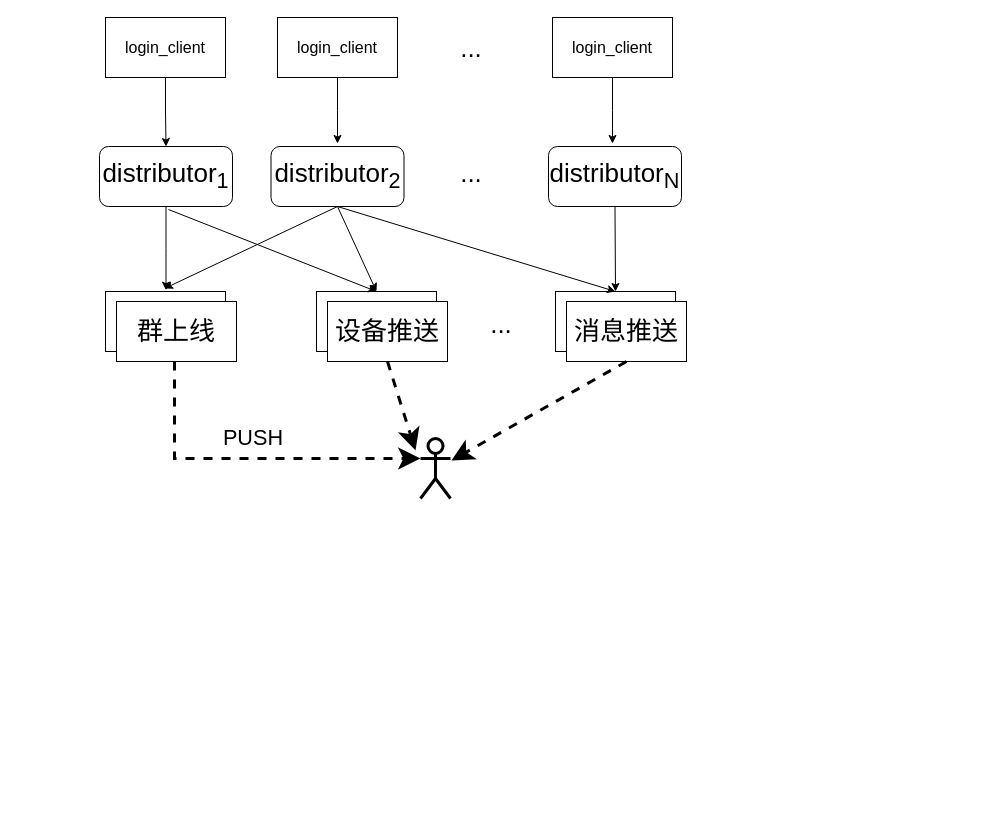
Earlier version of the draw.io diagram distributor overview.drawio (BBQldf/drawIO). Source tidied: cells renumbered, new cells numbered last; positions are measured from the earlier drawing's top-left corner, leaving out a move shared by most shapes. Both pictures are drawn from the tidied source at 100%, with x=0, y=0 at pixel (99, 17).
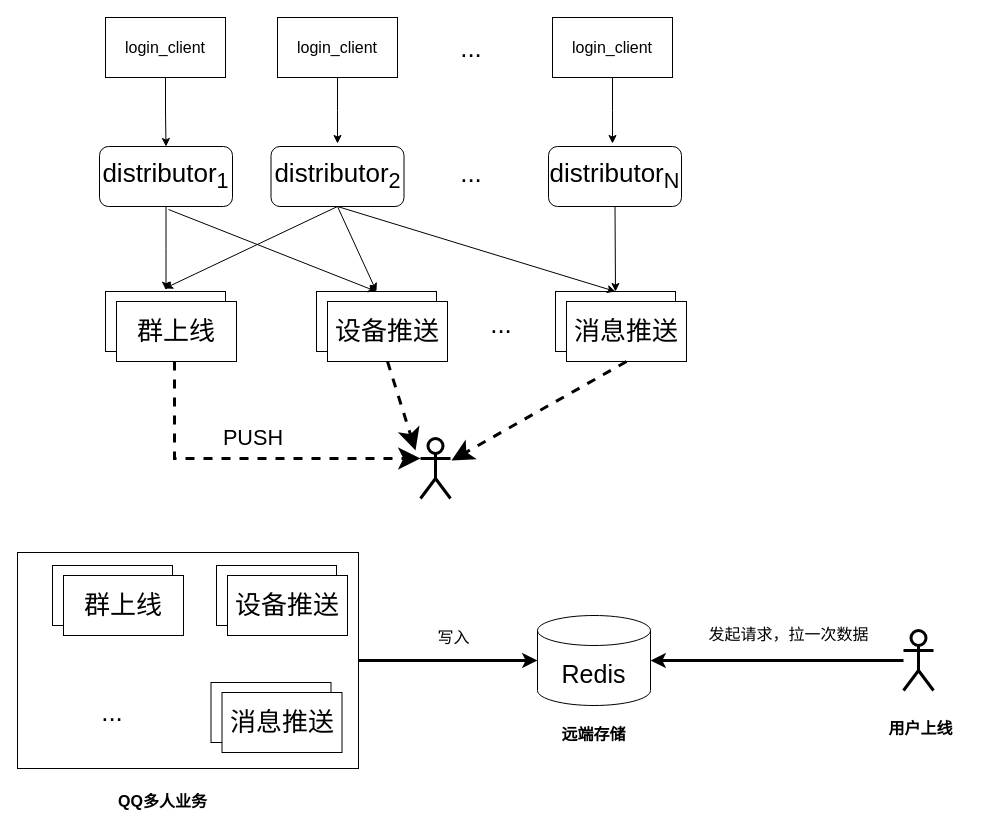
Above is the later version.

What changed in the source:
```diff
@@
+    <mxCell id="31" style="rounded=0;whiteSpace=wrap;html=1;fontSize=26;strokeColor=#000000;strokeWidth=1;" parent="1" vertex="1">
+      <mxGeometry x="-47" y="548" width="120" height="60" as="geometry" />
+    </mxCell>
+    <mxCell id="32" value="群上线" style="rounded=0;whiteSpace=wrap;html=1;fontSize=26;strokeColor=#000000;strokeWidth=1;" parent="1" vertex="1">
+      <mxGeometry x="-36" y="558" width="120" height="60" as="geometry" />
+    </mxCell>
+    <mxCell id="33" style="rounded=0;whiteSpace=wrap;html=1;fontSize=26;strokeColor=#000000;strokeWidth=1;" parent="1" vertex="1">
+      <mxGeometry x="117" y="548" width="120" height="60" as="geometry" />
+    </mxCell>
+    <mxCell id="34" value="设备推送" style="rounded=0;whiteSpace=wrap;html=1;fontSize=26;strokeColor=#000000;strokeWidth=1;" parent="1" vertex="1">
+      <mxGeometry x="128" y="558" width="120" height="60" as="geometry" />
+    </mxCell>
+    <mxCell id="35" style="rounded=0;whiteSpace=wrap;html=1;fontSize=26;strokeColor=#000000;strokeWidth=1;" parent="1" vertex="1">
+      <mxGeometry x="111.5" y="665" width="120" height="60" as="geometry" />
+    </mxCell>
+    <mxCell id="36" value="消息推送" style="rounded=0;whiteSpace=wrap;html=1;fontSize=26;strokeColor=#000000;strokeWidth=1;" parent="1" vertex="1">
+      <mxGeometry x="122.5" y="675" width="120" height="60" as="geometry" />
+    </mxCell>
+    <mxCell id="37" value="..." style="text;html=1;strokeColor=none;fillColor=none;align=center;verticalAlign=middle;whiteSpace=wrap;rounded=0;fontSize=26;" parent="1" vertex="1">
+      <mxGeometry x="-17" y="680" width="60" height="30" as="geometry" />
+    </mxCell>
+    <mxCell id="38" style="edgeStyle=orthogonalEdgeStyle;rounded=0;jettySize=auto;html=1;entryX=0;entryY=0.5;entryDx=0;entryDy=0;entryPerimeter=0;fontSize=25;strokeWidth=3;" parent="1" edge="1" source="39" target="40">
+      <mxGeometry relative="1" as="geometry" />
+    </mxCell>
+    <mxCell id="39" style="rounded=0;whiteSpace=wrap;html=1;fillColor=none;" parent="1" vertex="1">
+      <mxGeometry x="-82" y="535" width="341" height="216" as="geometry" />
+    </mxCell>
+    <mxCell id="40" value="&lt;font style=&quot;font-size: 25px;&quot;&gt;Redis&lt;/font&gt;" style="shape=cylinder3;whiteSpace=wrap;html=1;boundedLbl=1;backgroundOutline=1;size=15;fillColor=none;" parent="1" vertex="1">
+      <mxGeometry x="438" y="598" width="113" height="90" as="geometry" />
+    </mxCell>
+    <mxCell id="41" style="edgeStyle=orthogonalEdgeStyle;rounded=0;jettySize=auto;html=1;entryX=1;entryY=0.5;entryDx=0;entryDy=0;entryPerimeter=0;fontSize=25;strokeWidth=3;" parent="1" edge="1" source="42" target="40">
+      <mxGeometry relative="1" as="geometry" />
+    </mxCell>
+    <mxCell id="42" style="shape=umlActor;verticalLabelPosition=bottom;verticalAlign=top;html=1;outlineConnect=0;fontSize=26;strokeColor=#000000;strokeWidth=3;" parent="1" vertex="1">
+      <mxGeometry x="804" y="613" width="30" height="60" as="geometry" />
+    </mxCell>
+    <mxCell id="43" value="&lt;span style=&quot;font-size: medium;&quot;&gt;&lt;b style=&quot;line-height: 1;&quot;&gt;QQ多人业务&lt;/b&gt;&lt;/span&gt;" style="text;html=1;strokeColor=none;fillColor=none;align=center;verticalAlign=middle;whiteSpace=wrap;rounded=0;fontSize=25;" parent="1" vertex="1">
+      <mxGeometry x="10" y="765" width="107" height="30" as="geometry" />
+    </mxCell>
+    <mxCell id="44" value="&lt;span style=&quot;font-size: medium;&quot;&gt;&lt;b style=&quot;line-height: 1;&quot;&gt;远端存储&lt;/b&gt;&lt;/span&gt;" style="text;html=1;strokeColor=none;fillColor=none;align=center;verticalAlign=middle;whiteSpace=wrap;rounded=0;fontSize=25;" parent="1" vertex="1">
+      <mxGeometry x="441" y="698" width="107" height="30" as="geometry" />
+    </mxCell>
+    <mxCell id="45" value="&lt;span style=&quot;font-size: medium;&quot;&gt;&lt;b style=&quot;line-height: 1;&quot;&gt;用户上线&lt;/b&gt;&lt;/span&gt;" style="text;html=1;strokeColor=none;fillColor=none;align=center;verticalAlign=middle;whiteSpace=wrap;rounded=0;fontSize=25;" parent="1" vertex="1">
+      <mxGeometry x="768" y="692" width="107" height="30" as="geometry" />
+    </mxCell>
+    <mxCell id="46" value="&lt;span style=&quot;font-size: medium;&quot;&gt;&lt;span style=&quot;line-height: 1;&quot;&gt;写入&lt;/span&gt;&lt;/span&gt;" style="text;html=1;strokeColor=none;fillColor=none;align=center;verticalAlign=middle;whiteSpace=wrap;rounded=0;fontSize=25;fontStyle=0;" parent="1" vertex="1">
+      <mxGeometry x="301" y="601" width="107" height="30" as="geometry" />
+    </mxCell>
+    <mxCell id="47" value="&lt;span style=&quot;font-size: medium; text-align: start;&quot;&gt;发起请求，拉一次数据&lt;/span&gt;" style="text;html=1;strokeColor=none;fillColor=none;align=center;verticalAlign=middle;whiteSpace=wrap;rounded=0;fontSize=25;" parent="1" vertex="1">
+      <mxGeometry x="604" y="598" width="171" height="30" as="geometry" />
+    </mxCell>
```
